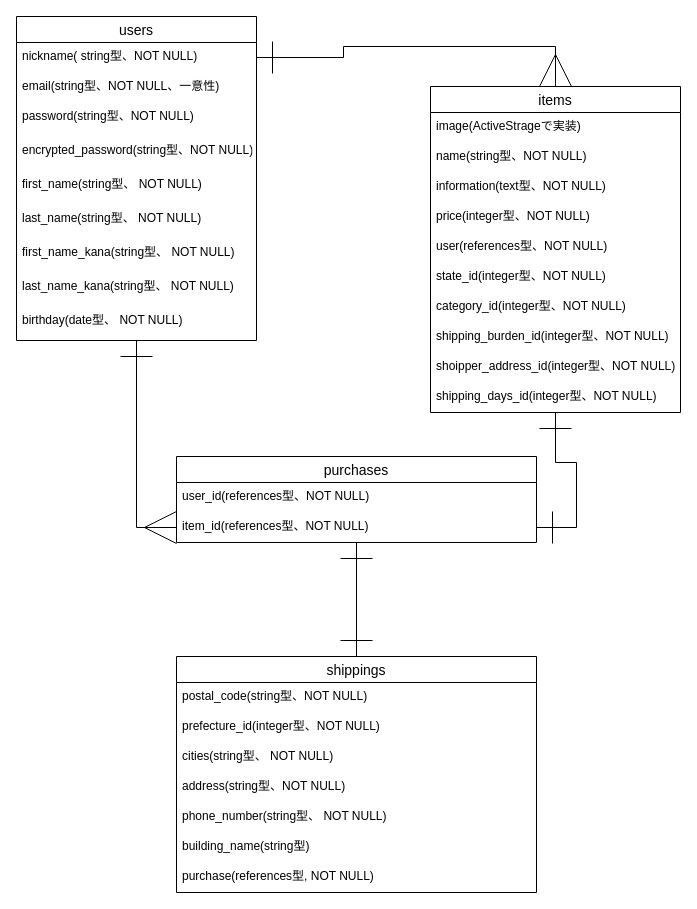
Before: .dio in kenshin-kaitou/furima-32471, a draw.io diagram. Source tidied: cells renumbered, new cells numbered last; positions are measured from the earlier drawing's top-left corner, leaving out a move shared by most shapes. Both pictures are drawn from the tidied source at 100%, with x=0, y=0 at pixel (16, 16).
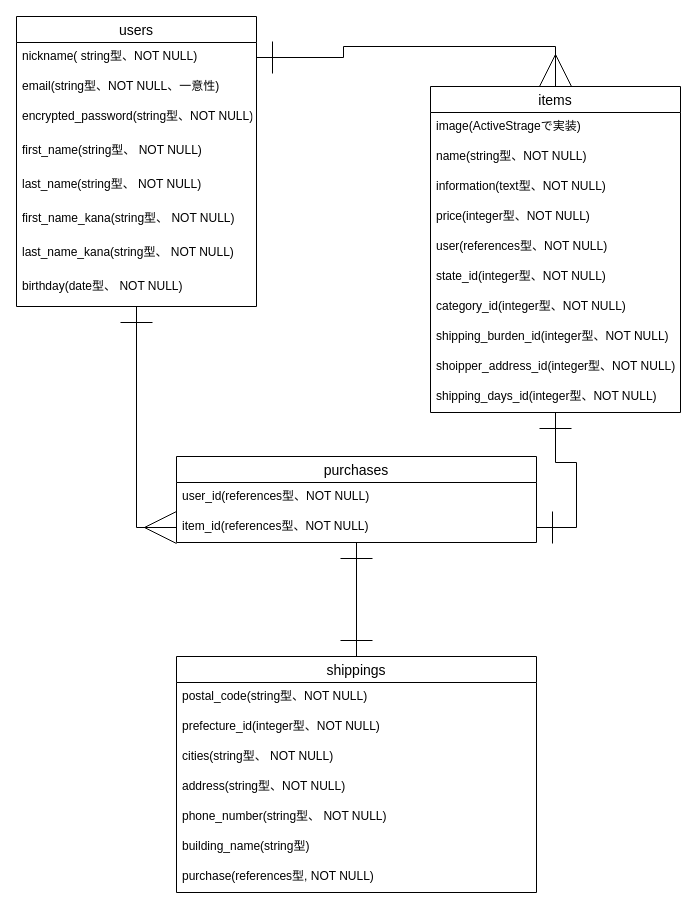
The same page after the edit.

Commit message (it also covers changes not shown here):
READMEとER図の修正(3回目）

What changed in the source:
```diff
@@
     <mxCell id="28" value="users" style="swimlane;fontStyle=0;horizontal=1;startSize=26;align=center;fontSize=14;" parent="1" vertex="1">
-      <mxGeometry width="240" height="324" as="geometry" />
+      <mxGeometry width="240" height="290" as="geometry" />
     </mxCell>
@@
-    <mxCell id="31" value="password(string型、NOT NULL)" style="text;strokeColor=none;fillColor=none;spacingLeft=4;spacingRight=4;overflow=hidden;fontSize=12;" parent="28" vertex="1">
-      <mxGeometry y="86" width="240" height="34" as="geometry" />
-    </mxCell>
     <mxCell id="32" value="encrypted_password(string型、NOT NULL)" style="text;strokeColor=none;fillColor=none;spacingLeft=4;spacingRight=4;overflow=hidden;fontSize=12;" parent="28" vertex="1">
-      <mxGeometry y="120" width="240" height="34" as="geometry" />
+      <mxGeometry y="86" width="240" height="34" as="geometry" />
     </mxCell>
     <mxCell id="33" value="first_name(string型、 NOT NULL)" style="text;strokeColor=none;fillColor=none;spacingLeft=4;spacingRight=4;overflow=hidden;fontSize=12;" parent="28" vertex="1">
-      <mxGeometry y="154" width="240" height="34" as="geometry" />
+      <mxGeometry y="120" width="240" height="34" as="geometry" />
     </mxCell>
     <mxCell id="34" value="last_name(string型、 NOT NULL)" style="text;strokeColor=none;fillColor=none;spacingLeft=4;spacingRight=4;overflow=hidden;fontSize=12;" parent="28" vertex="1">
-      <mxGeometry y="188" width="240" height="34" as="geometry" />
+      <mxGeometry y="154" width="240" height="34" as="geometry" />
     </mxCell>
     <mxCell id="35" value="first_name_kana(string型、 NOT NULL)" style="text;strokeColor=none;fillColor=none;spacingLeft=4;spacingRight=4;overflow=hidden;fontSize=12;" parent="28" vertex="1">
-      <mxGeometry y="222" width="240" height="34" as="geometry" />
+      <mxGeometry y="188" width="240" height="34" as="geometry" />
     </mxCell>
     <mxCell id="36" value="last_name_kana(string型、 NOT NULL)" style="text;strokeColor=none;fillColor=none;spacingLeft=4;spacingRight=4;overflow=hidden;fontSize=12;" parent="28" vertex="1">
-      <mxGeometry y="256" width="240" height="34" as="geometry" />
+      <mxGeometry y="222" width="240" height="34" as="geometry" />
     </mxCell>
     <mxCell id="37" value="birthday(date型、 NOT NULL)" style="text;strokeColor=none;fillColor=none;spacingLeft=4;spacingRight=4;overflow=hidden;fontSize=12;" parent="28" vertex="1">
-      <mxGeometry y="290" width="240" height="34" as="geometry" />
+      <mxGeometry y="256" width="240" height="34" as="geometry" />
     </mxCell>
```
